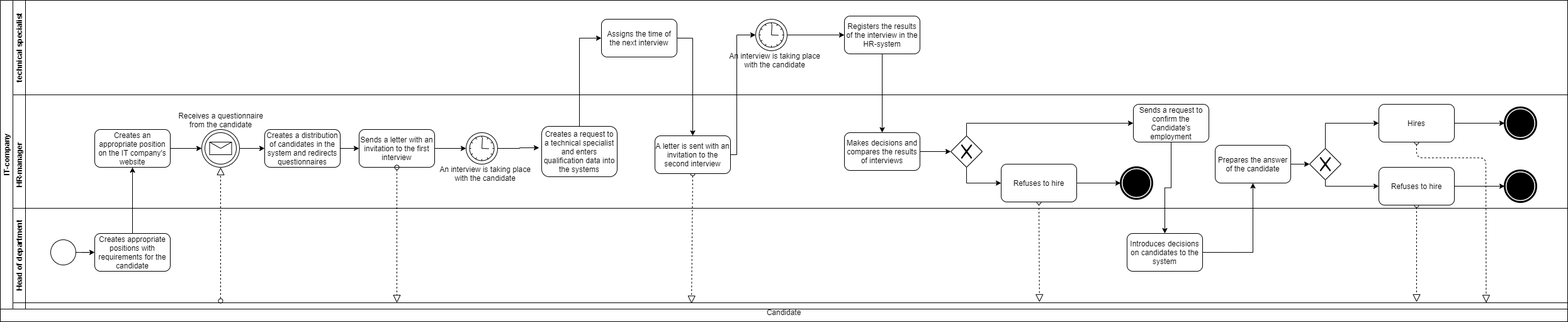
Above: Untitled Diagram.png in TonyBorovyk/- (draw.io), before the change. Source tidied: cells renumbered, new cells last; positions are measured from the earlier drawing's top-left corner, leaving out a move shared by most shapes.
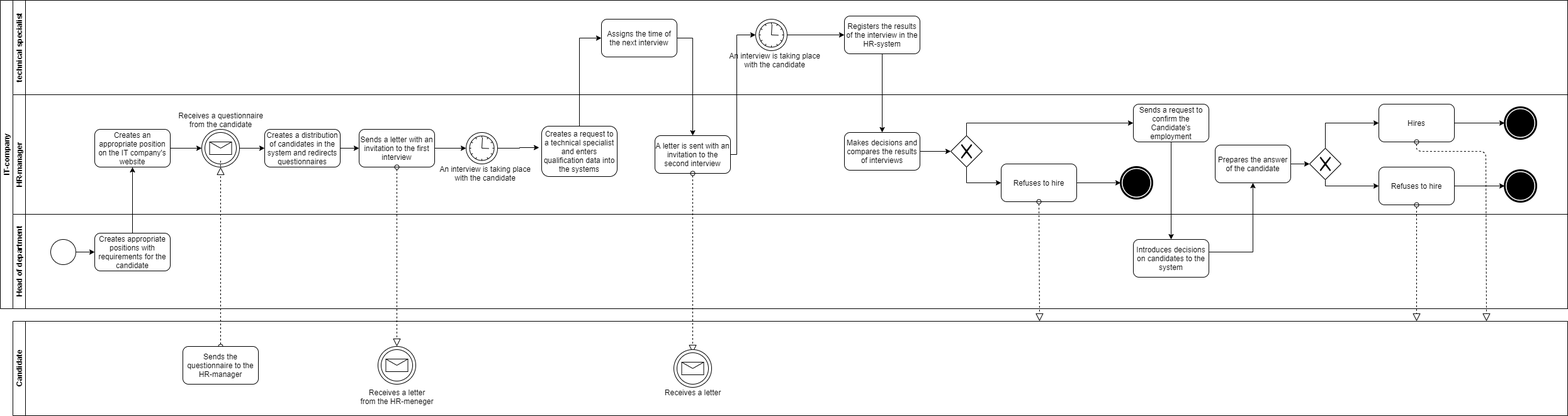
The same diagram one commit later.

Change to the diagram source:
```diff
@@ -2,40 +2,8 @@
   <root>
     <mxCell id="0" />
     <mxCell id="1" parent="0" />
-    <mxCell id="2" value="Candidate" style="rounded=0;whiteSpace=wrap;html=1;" parent="1" vertex="1">
-      <mxGeometry y="480" width="2490" height="30" as="geometry" />
-    </mxCell>
-    <mxCell id="3" style="endArrow=none;dashed=1;html=1;entryX=0.5;entryY=1;entryDx=0;entryDy=0;" parent="1" edge="1" target="32">
-      <mxGeometry relative="1" as="geometry">
-        <mxPoint x="350" y="265" as="sourcePoint" />
-      </mxGeometry>
-    </mxCell>
-    <mxCell id="4" style="startArrow=oval;startFill=0;startSize=7;endArrow=block;endFill=0;endSize=10;dashed=1;html=1;entryX=0.5;entryY=1;entryDx=0;entryDy=0;" parent="1" edge="1" target="32">
-      <mxGeometry relative="1" as="geometry">
-        <mxPoint x="350" y="477" as="sourcePoint" />
-      </mxGeometry>
-    </mxCell>
-    <mxCell id="5" style="startArrow=oval;startFill=0;startSize=7;endArrow=block;endFill=0;endSize=10;dashed=1;html=1;exitX=0.5;exitY=1;exitDx=0;exitDy=0;entryX=0.441;entryY=0.043;entryDx=0;entryDy=0;entryPerimeter=0;" parent="1" edge="1" source="44" target="2">
-      <mxGeometry relative="1" as="geometry" />
-    </mxCell>
-    <mxCell id="6" style="startArrow=oval;startFill=0;startSize=7;endArrow=block;endFill=0;endSize=10;dashed=1;html=1;exitX=0.5;exitY=1;exitDx=0;exitDy=0;entryX=0.663;entryY=-0.035;entryDx=0;entryDy=0;entryPerimeter=0;" parent="1" edge="1" source="52" target="2">
-      <mxGeometry relative="1" as="geometry" />
-    </mxCell>
-    <mxCell id="7" style="startArrow=oval;startFill=0;startSize=7;endArrow=block;endFill=0;endSize=10;dashed=1;html=1;exitX=0.5;exitY=1;exitDx=0;exitDy=0;" parent="1" edge="1" source="55">
-      <mxGeometry relative="1" as="geometry">
-        <mxPoint x="2250" y="479" as="targetPoint" />
-      </mxGeometry>
-    </mxCell>
-    <mxCell id="8" style="startArrow=oval;startFill=0;startSize=7;endArrow=block;endFill=0;endSize=10;dashed=1;html=1;exitX=0.5;exitY=1;exitDx=0;exitDy=0;entryX=0.948;entryY=0;entryDx=0;entryDy=0;entryPerimeter=0;" parent="1" edge="1" source="22" target="2">
-      <mxGeometry relative="1" as="geometry">
-        <Array as="points">
-          <mxPoint x="2250" y="250" />
-          <mxPoint x="2360" y="250" />
-        </Array>
-      </mxGeometry>
-    </mxCell>
     <mxCell id="9" value="ІТ-company" style="swimlane;html=1;horizontal=0;startSize=20;" parent="1" vertex="1">
-      <mxGeometry width="2490" height="490" as="geometry" />
+      <mxGeometry x="460" y="10" width="2490" height="490" as="geometry" />
     </mxCell>
     <mxCell id="10" style="edgeStyle=orthogonalEdgeStyle;rounded=0;jettySize=auto;html=1;exitX=0.5;exitY=0;exitDx=0;exitDy=0;entryX=0;entryY=0.5;entryDx=0;entryDy=0;" parent="9" edge="1" source="40" target="15">
       <mxGeometry relative="1" as="geometry">
@@ -44,20 +12,6 @@
         </Array>
       </mxGeometry>
     </mxCell>
-    <mxCell id="11" style="edgeStyle=orthogonalEdgeStyle;rounded=0;jettySize=auto;html=1;exitX=1;exitY=0.5;exitDx=0;exitDy=0;entryX=0.5;entryY=0;entryDx=0;entryDy=0;" parent="9" edge="1" source="15" target="44">
-      <mxGeometry relative="1" as="geometry" />
-    </mxCell>
-    <mxCell id="12" style="edgeStyle=orthogonalEdgeStyle;rounded=0;jettySize=auto;html=1;entryX=0;entryY=0.5;entryDx=0;entryDy=0;" parent="9" edge="1" source="44" target="17">
-      <mxGeometry relative="1" as="geometry">
-        <Array as="points">
-          <mxPoint x="1170" y="245" />
-          <mxPoint x="1170" y="55" />
-        </Array>
-      </mxGeometry>
-    </mxCell>
-    <mxCell id="13" style="edgeStyle=orthogonalEdgeStyle;rounded=0;jettySize=auto;html=1;exitX=0.5;exitY=1;exitDx=0;exitDy=0;entryX=0.5;entryY=0;entryDx=0;entryDy=0;" parent="9" edge="1" source="18" target="28">
-      <mxGeometry relative="1" as="geometry" />
-    </mxCell>
     <mxCell id="14" value="technical specialist" style="swimlane;html=1;startSize=20;horizontal=0;" parent="9" vertex="1">
       <mxGeometry x="20" width="2470" height="150" as="geometry" />
     </mxCell>
@@ -76,6 +30,20 @@
     <mxCell id="19" value="&lt;div&gt;An interview is taking place&lt;/div&gt;&lt;div&gt;with the candidate&lt;/div&gt;" style="text;html=1;align=center;verticalAlign=middle;" parent="14" vertex="1">
       <mxGeometry x="1130" y="80" width="160" height="30" as="geometry" />
     </mxCell>
+    <mxCell id="11" style="edgeStyle=orthogonalEdgeStyle;rounded=0;jettySize=auto;html=1;exitX=1;exitY=0.5;exitDx=0;exitDy=0;entryX=0.5;entryY=0;entryDx=0;entryDy=0;" parent="9" edge="1" source="15" target="44">
+      <mxGeometry relative="1" as="geometry" />
+    </mxCell>
+    <mxCell id="12" style="edgeStyle=orthogonalEdgeStyle;rounded=0;jettySize=auto;html=1;entryX=0;entryY=0.5;entryDx=0;entryDy=0;" parent="9" edge="1" source="44" target="17">
+      <mxGeometry relative="1" as="geometry">
+        <Array as="points">
+          <mxPoint x="1170" y="245" />
+          <mxPoint x="1170" y="55" />
+        </Array>
+      </mxGeometry>
+    </mxCell>
+    <mxCell id="13" style="edgeStyle=orthogonalEdgeStyle;rounded=0;jettySize=auto;html=1;exitX=0.5;exitY=1;exitDx=0;exitDy=0;entryX=0.5;entryY=0;entryDx=0;entryDy=0;" parent="9" edge="1" source="18" target="28">
+      <mxGeometry relative="1" as="geometry" />
+    </mxCell>
     <mxCell id="20" value="&amp;nbsp; &amp;nbsp; &amp;nbsp; &amp;nbsp; &amp;nbsp; &amp;nbsp; &amp;nbsp; &amp;nbsp; &amp;nbsp; &amp;nbsp; &amp;nbsp; &amp;nbsp; &amp;nbsp; &amp;nbsp; &amp;nbsp; &amp;nbsp; &amp;nbsp; &amp;nbsp;НR-manager" style="swimlane;html=1;startSize=20;horizontal=0;strokeWidth=1;perimeterSpacing=0;" parent="9" vertex="1">
       <mxGeometry x="20" y="150" width="2470" height="340" as="geometry" />
     </mxCell>
@@ -91,7 +59,7 @@
     <mxCell id="24" style="edgeStyle=orthogonalEdgeStyle;rounded=0;jettySize=auto;html=1;exitX=1;exitY=0.5;exitDx=0;exitDy=0;entryX=0;entryY=0.5;entryDx=0;entryDy=0;" parent="20" edge="1" source="28" target="43">
       <mxGeometry relative="1" as="geometry" />
     </mxCell>
-    <mxCell id="25" style="edgeStyle=orthogonalEdgeStyle;rounded=0;jettySize=auto;html=1;exitX=0.5;exitY=1;exitDx=0;exitDy=0;" parent="20" edge="1" source="26" target="60">
+    <mxCell id="25" style="edgeStyle=orthogonalEdgeStyle;rounded=0;jettySize=auto;html=1;exitX=0.5;exitY=1;exitDx=0;exitDy=0;entryX=0.5;entryY=0;entryDx=0;entryDy=0;" parent="20" edge="1" source="26" target="60">
       <mxGeometry relative="1" as="geometry" />
     </mxCell>
     <mxCell id="26" value="Sends a request to confirm the Candidate's employment" style="rounded=1;whiteSpace=wrap;html=1;" parent="20" vertex="1">
@@ -191,31 +159,87 @@
     <mxCell id="56" style="shape=mxgraph.bpmn.shape;html=1;verticalLabelPosition=bottom;labelBackgroundColor=#ffffff;verticalAlign=top;align=center;perimeter=ellipsePerimeter;outlineConnect=0;outline=end;symbol=terminate;" parent="20" vertex="1">
       <mxGeometry x="2370" y="120" width="50" height="50" as="geometry" />
     </mxCell>
-    <mxCell id="57" style="edgeStyle=orthogonalEdgeStyle;rounded=0;jettySize=auto;html=1;exitX=0.5;exitY=0;exitDx=0;exitDy=0;entryX=0.5;entryY=1;entryDx=0;entryDy=0;" parent="20" edge="1" source="61" target="30">
-      <mxGeometry relative="1" as="geometry" />
+    <mxCell id="57" style="edgeStyle=orthogonalEdgeStyle;rounded=0;jettySize=auto;html=1;exitX=0.5;exitY=0;exitDx=0;exitDy=0;entryX=0.5;entryY=1;entryDx=0;entryDy=0;" parent="20" edge="1" target="30">
+      <mxGeometry relative="1" as="geometry">
+        <mxPoint x="190" y="220" as="sourcePoint" />
+      </mxGeometry>
     </mxCell>
-    <mxCell id="58" style="edgeStyle=orthogonalEdgeStyle;rounded=0;jettySize=auto;html=1;exitX=1;exitY=0.5;exitDx=0;exitDy=0;entryX=0.5;entryY=1;entryDx=0;entryDy=0;" parent="20" edge="1" source="60" target="49">
-      <mxGeometry relative="1" as="geometry" />
+    <mxCell id="58" style="edgeStyle=orthogonalEdgeStyle;rounded=0;jettySize=auto;html=1;exitX=1;exitY=0.5;exitDx=0;exitDy=0;entryX=0.5;entryY=1;entryDx=0;entryDy=0;" parent="20" edge="1" target="49">
+      <mxGeometry relative="1" as="geometry">
+        <mxPoint x="1890" y="250" as="sourcePoint" />
+      </mxGeometry>
     </mxCell>
     <mxCell id="59" value="Head of department" style="swimlane;html=1;startSize=20;horizontal=0;" parent="20" vertex="1">
-      <mxGeometry y="180" width="2470" height="150" as="geometry" />
+      <mxGeometry y="190" width="2470" height="150" as="geometry" />
     </mxCell>
     <mxCell id="60" value="Introduces decisions on candidates to the system" style="whiteSpace=wrap;html=1;rounded=1;" parent="59" vertex="1">
-      <mxGeometry x="1770" y="40" width="120" height="60" as="geometry" />
+      <mxGeometry x="1780" y="40" width="120" height="60" as="geometry" />
     </mxCell>
     <mxCell id="61" value="Creates appropriate positions with requirements for the candidate" style="rounded=1;whiteSpace=wrap;html=1;" parent="59" vertex="1">
-      <mxGeometry x="130" y="40" width="120" height="60" as="geometry" />
+      <mxGeometry x="130" y="30" width="120" height="60" as="geometry" />
     </mxCell>
-    <mxCell id="62" style="edgeStyle=orthogonalEdgeStyle;rounded=0;jettySize=auto;html=1;entryX=0;entryY=0.5;entryDx=0;entryDy=0;" parent="59" edge="1" source="63" target="61">
-      <mxGeometry relative="1" as="geometry" />
-    </mxCell>
-    <mxCell id="63" style="ellipse;whiteSpace=wrap;html=1;" parent="59" vertex="1">
-      <mxGeometry x="60" y="50" width="40" height="40" as="geometry" />
-    </mxCell>
+    <mxCell id="65" style="edgeStyle=orthogonalEdgeStyle;rounded=0;jettySize=auto;html=1;entryX=0;entryY=0.5;entryDx=0;entryDy=0;" parent="59" edge="1" source="66" target="61">
+      <mxGeometry relative="1" as="geometry" />
+    </mxCell>
+    <mxCell id="66" style="ellipse;whiteSpace=wrap;html=1;" parent="59" vertex="1">
+      <mxGeometry x="60" y="40" width="40" height="40" as="geometry" />
+    </mxCell>
+    <mxCell id="3" style="endArrow=none;dashed=1;html=1;entryX=0.5;entryY=1;entryDx=0;entryDy=0;" parent="1" edge="1" target="32">
+      <mxGeometry relative="1" as="geometry">
+        <mxPoint x="810" y="265" as="sourcePoint" />
+      </mxGeometry>
+    </mxCell>
+    <mxCell id="4" style="startArrow=oval;startFill=0;startSize=7;endArrow=block;endFill=0;endSize=10;dashed=1;html=1;entryX=0.5;entryY=1;entryDx=0;entryDy=0;exitX=0.5;exitY=0;exitDx=0;exitDy=0;" parent="1" edge="1" source="67" target="32">
+      <mxGeometry relative="1" as="geometry" />
+    </mxCell>
+    <mxCell id="5" style="startArrow=oval;startFill=0;startSize=7;endArrow=block;endFill=0;endSize=10;dashed=1;html=1;exitX=0.5;exitY=1;exitDx=0;exitDy=0;entryX=0.5;entryY=0;entryDx=0;entryDy=0;" parent="1" edge="1" source="44" target="71">
+      <mxGeometry relative="1" as="geometry" />
+    </mxCell>
+    <mxCell id="6" style="startArrow=oval;startFill=0;startSize=7;endArrow=block;endFill=0;endSize=10;dashed=1;html=1;exitX=0.5;exitY=1;exitDx=0;exitDy=0;" parent="1" edge="1" source="52">
+      <mxGeometry relative="1" as="geometry">
+        <mxPoint x="2111" y="520" as="targetPoint" />
+      </mxGeometry>
+    </mxCell>
+    <mxCell id="7" style="startArrow=oval;startFill=0;startSize=7;endArrow=block;endFill=0;endSize=10;dashed=1;html=1;exitX=0.5;exitY=1;exitDx=0;exitDy=0;" parent="1" edge="1" source="55">
+      <mxGeometry relative="1" as="geometry">
+        <mxPoint x="2710" y="520" as="targetPoint" />
+      </mxGeometry>
+    </mxCell>
+    <mxCell id="8" style="startArrow=oval;startFill=0;startSize=7;endArrow=block;endFill=0;endSize=10;dashed=1;html=1;exitX=0.5;exitY=1;exitDx=0;exitDy=0;" parent="1" edge="1" source="22">
+      <mxGeometry relative="1" as="geometry">
+        <mxPoint x="2821" y="520" as="targetPoint" />
+        <Array as="points">
+          <mxPoint x="2710" y="250" />
+          <mxPoint x="2820" y="250" />
+        </Array>
+      </mxGeometry>
+    </mxCell>
+    <mxCell id="2" value="Candidate" style="swimlane;html=1;startSize=20;horizontal=0;" parent="1" vertex="1">
+      <mxGeometry x="480" y="520" width="2470" height="150" as="geometry" />
+    </mxCell>
+    <mxCell id="67" value="Sends the questionnaire to the HR-manager" style="rounded=1;whiteSpace=wrap;html=1;" parent="2" vertex="1">
+      <mxGeometry x="270" y="40" width="120" height="60" as="geometry" />
+    </mxCell>
+    <mxCell id="68" style="shape=mxgraph.bpmn.shape;html=1;verticalLabelPosition=bottom;labelBackgroundColor=#ffffff;verticalAlign=top;align=center;perimeter=ellipsePerimeter;outlineConnect=0;outline=standard;symbol=general;" parent="2" vertex="1">
+      <mxGeometry x="580" y="40" width="60" height="60" as="geometry" />
+    </mxCell>
+    <mxCell id="69" style="shape=mxgraph.bpmn.shape;html=1;verticalLabelPosition=bottom;labelBackgroundColor=#ffffff;verticalAlign=top;align=center;perimeter=ellipsePerimeter;outline=standard;symbol=message;" parent="2" vertex="1">
+      <mxGeometry x="585" y="45" width="50" height="50" as="geometry" />
+    </mxCell>
+    <mxCell id="70" style="shape=mxgraph.bpmn.shape;html=1;verticalLabelPosition=bottom;labelBackgroundColor=#ffffff;verticalAlign=top;align=center;perimeter=ellipsePerimeter;outline=standard;symbol=general;" parent="2" vertex="1">
+      <mxGeometry x="1050" y="45" width="60" height="60" as="geometry" />
+    </mxCell>
+    <mxCell id="71" style="shape=mxgraph.bpmn.shape;html=1;verticalLabelPosition=bottom;labelBackgroundColor=#ffffff;verticalAlign=top;align=center;perimeter=ellipsePerimeter;outlineConnect=0;outline=standard;symbol=message;" parent="2" vertex="1">
+      <mxGeometry x="1055" y="50" width="50" height="50" as="geometry" />
+    </mxCell>
+    <mxCell id="72" value="&lt;div&gt;Receives a letter&lt;/div&gt;&lt;div&gt;&lt;br&gt;&lt;/div&gt;" style="text;html=1;align=center;verticalAlign=middle;" parent="2" vertex="1">
+      <mxGeometry x="1030" y="105" width="100" height="30" as="geometry" />
+    </mxCell>
-    <mxCell id="64" style="startArrow=oval;startFill=0;startSize=7;endArrow=block;endFill=0;endSize=10;dashed=1;html=1;exitX=0.5;exitY=1;exitDx=0;exitDy=0;" parent="20" edge="1" source="37">
-      <mxGeometry relative="1" as="geometry">
-        <mxPoint x="610" y="330" as="targetPoint" />
-      </mxGeometry>
+    <mxCell id="64" style="startArrow=oval;startFill=0;startSize=7;endArrow=block;endFill=0;endSize=10;dashed=1;html=1;exitX=0.5;exitY=1;exitDx=0;exitDy=0;entryX=0.5;entryY=0;entryDx=0;entryDy=0;" parent="1" edge="1" source="37" target="68">
+      <mxGeometry relative="1" as="geometry" />
     </mxCell>
+    <mxCell id="73" value="&lt;div&gt;Receives a letter&lt;/div&gt;&lt;div&gt;from the HR-meneger&lt;/div&gt;" style="text;html=1;align=center;verticalAlign=middle;" parent="1" vertex="1">
+      <mxGeometry x="1025" y="625" width="130" height="30" as="geometry" />
+    </mxCell>
   </root>
 </mxGraphModel>
```
